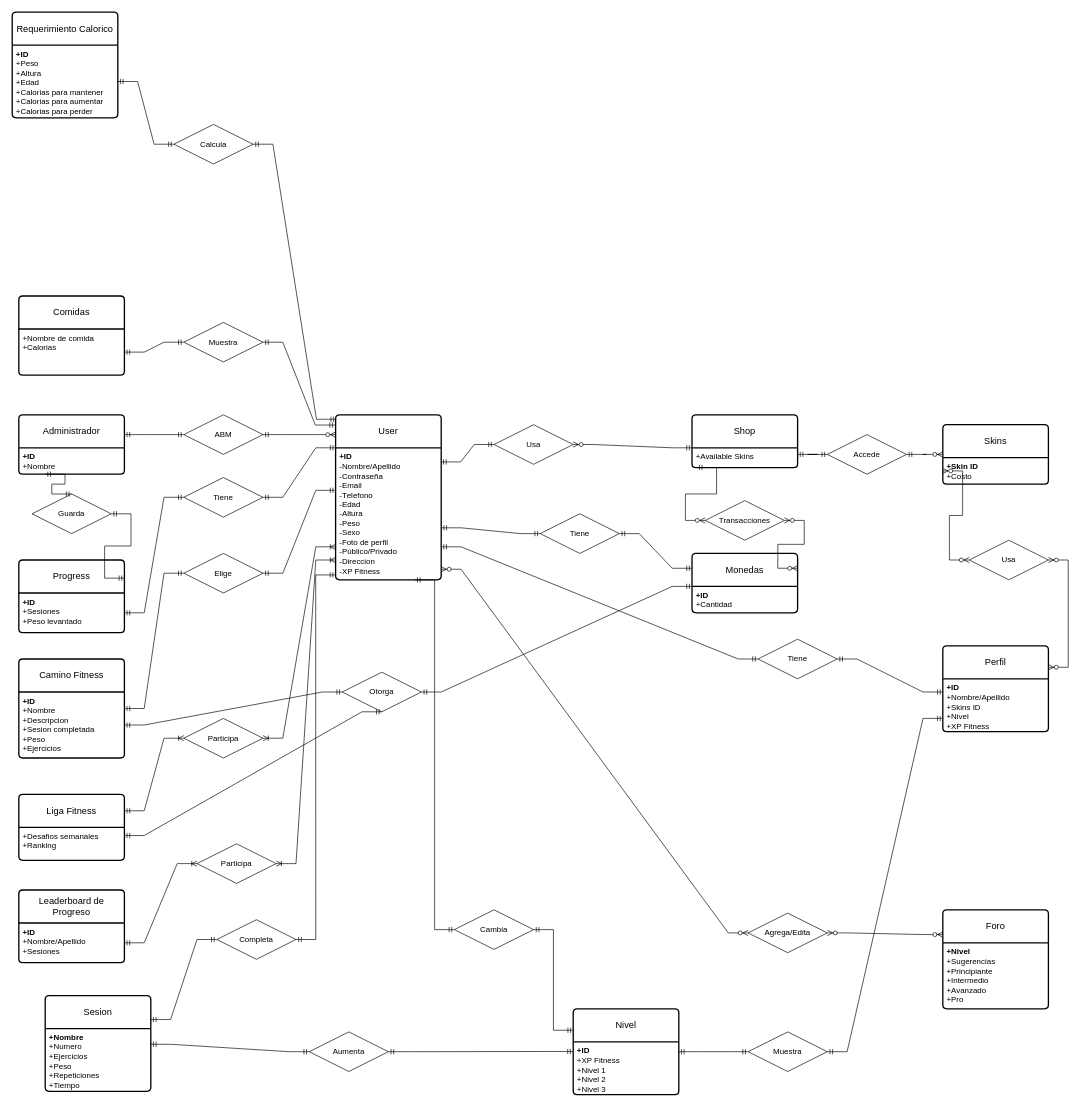
Earlier version of the draw.io diagram TrainX.drawio (DescalzoF/TrainX). Source tidied: cells renumbered, new cells numbered last; positions are measured from the earlier drawing's top-left corner, leaving out a move shared by most shapes. Both pictures are drawn from the tidied source at 66%, with x=0, y=0 at pixel (12, 12).
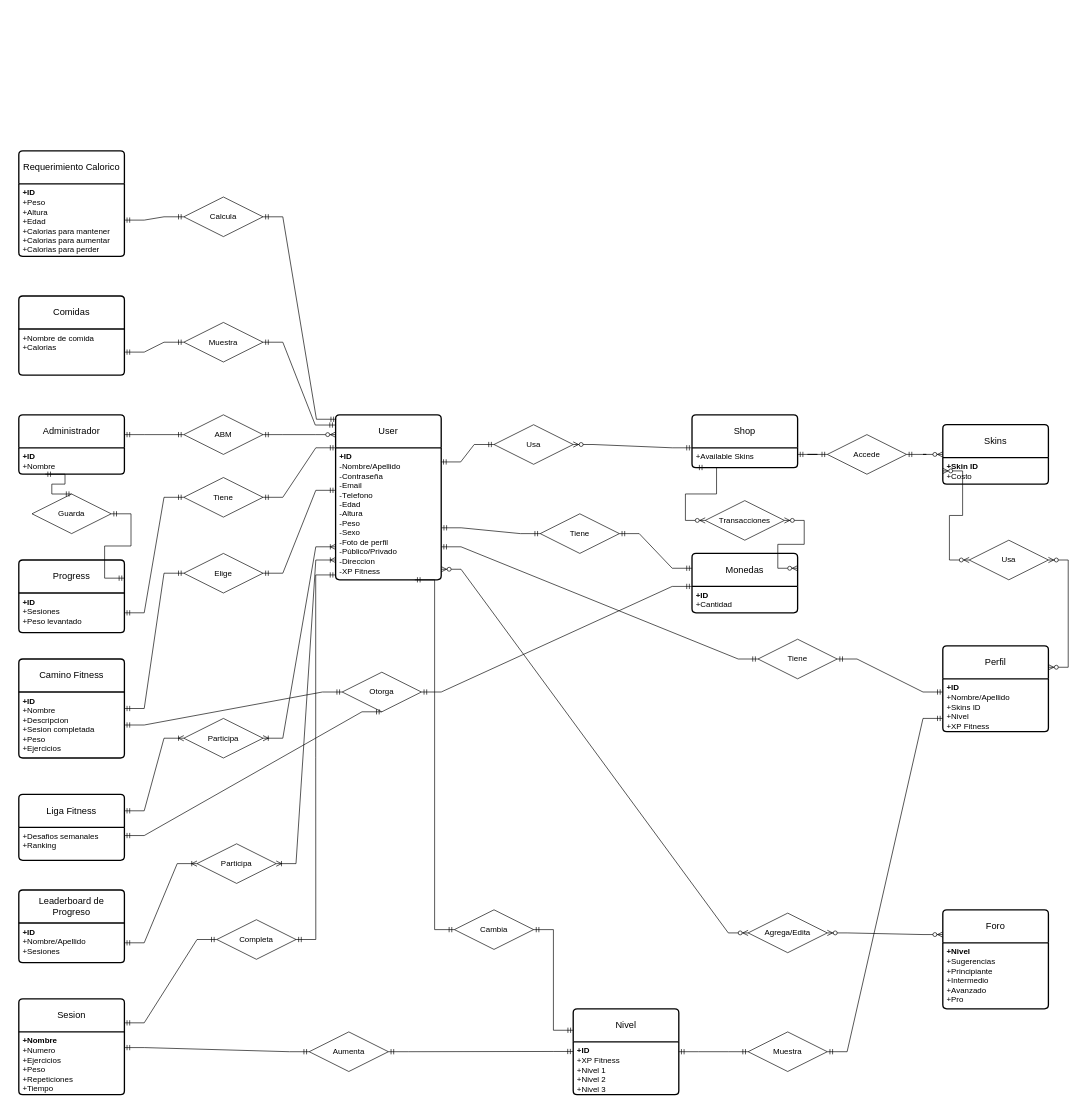
Above is the later version.

The change refers to these unchanged cells:
```xml
<mxCell id="6" value="User" style="swimlane;horizontal=1;startSize=50;rounded=1;fontSize=14;fontStyle=0;strokeWidth=2;shadow=0;dashed=0;align=center;arcSize=4;whiteSpace=wrap;html=1;" parent="1" vertex="1">
  <mxGeometry x="490" y="610" width="160" height="250" as="geometry" />
</mxCell>
<mxCell id="28" value="ABM" style="shape=rhombus;perimeter=rhombusPerimeter;whiteSpace=wrap;html=1;align=center;" parent="1" vertex="1">
  <mxGeometry x="260" y="610" width="120" height="60" as="geometry" />
</mxCell>
```

Change to the diagram source:
```diff
@@
-    <mxCell id="10" style="edgeStyle=entityRelationEdgeStyle;fontSize=12;html=1;endArrow=ERzeroToMany;startArrow=ERmandOne;rounded=0;" parent="1" edge="1" source="28">
-      <mxGeometry relative="1" as="geometry">
-        <mxPoint x="490" y="640" as="targetPoint" />
-      </mxGeometry>
+    <mxCell id="10" style="edgeStyle=entityRelationEdgeStyle;fontSize=12;html=1;endArrow=ERzeroToMany;startArrow=ERmandOne;rounded=0;entryX=0;entryY=0.12;entryDx=0;entryDy=0;entryPerimeter=0;" parent="1" edge="1" source="28" target="6">
+      <mxGeometry relative="1" as="geometry" />
     </mxCell>
@@
     <mxCell id="37" value="Sesion" style="swimlane;horizontal=1;startSize=50;rounded=1;fontSize=14;fontStyle=0;strokeWidth=2;shadow=0;dashed=0;align=center;arcSize=4;whiteSpace=wrap;html=1;" parent="1" vertex="1">
-      <mxGeometry x="50" y="1490" width="160" height="145" as="geometry" />
+      <mxGeometry x="10" y="1495" width="160" height="145" as="geometry" />
     </mxCell>
@@
     <mxCell id="90" value="Requerimiento Calorico" style="swimlane;horizontal=1;startSize=50;rounded=1;fontSize=14;fontStyle=0;strokeWidth=2;shadow=0;dashed=0;align=center;arcSize=4;whiteSpace=wrap;html=1;" parent="1" vertex="1">
-      <mxGeometry width="160" height="160" as="geometry" />
+      <mxGeometry x="10" y="210" width="160" height="160" as="geometry" />
     </mxCell>
@@
     <mxCell id="92" value="Calcula" style="shape=rhombus;perimeter=rhombusPerimeter;whiteSpace=wrap;html=1;align=center;" parent="1" vertex="1">
-      <mxGeometry x="245" y="170" width="120" height="60" as="geometry" />
+      <mxGeometry x="260" y="280" width="120" height="60" as="geometry" />
     </mxCell>
```
